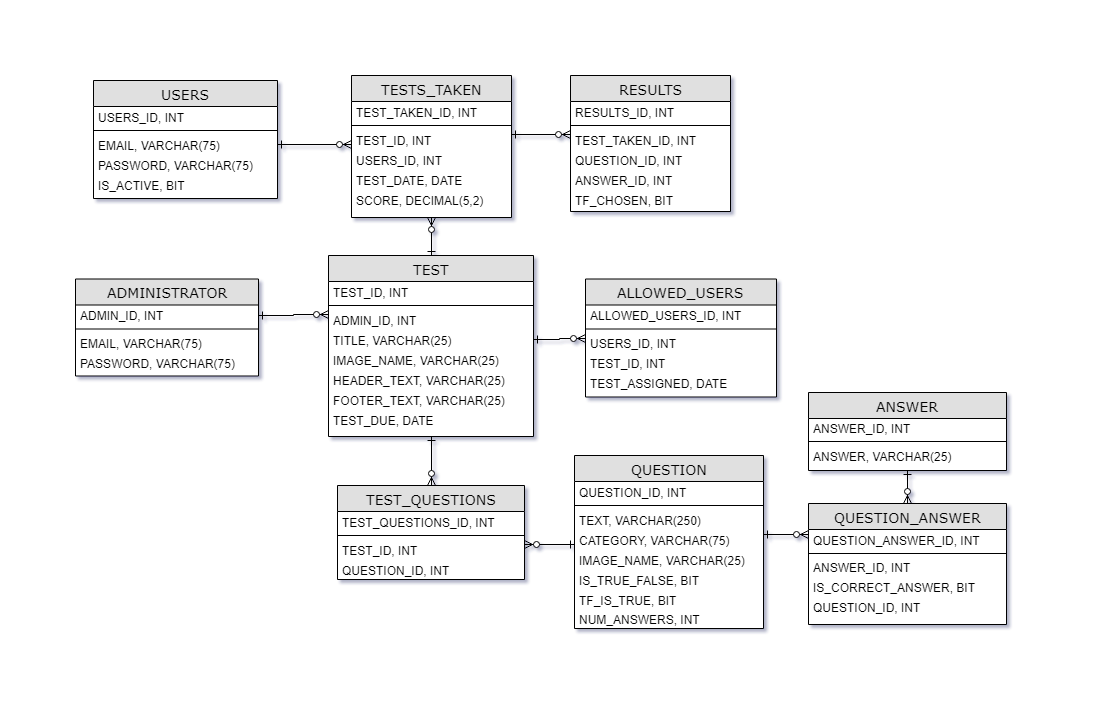
The draw.io diagram project-logistics/er-diagram.png in lprescott/QuizServe, before a commit. Source tidied: cells renumbered, new cells last; positions are measured from the earlier drawing's top-left corner, leaving out a move shared by most shapes.
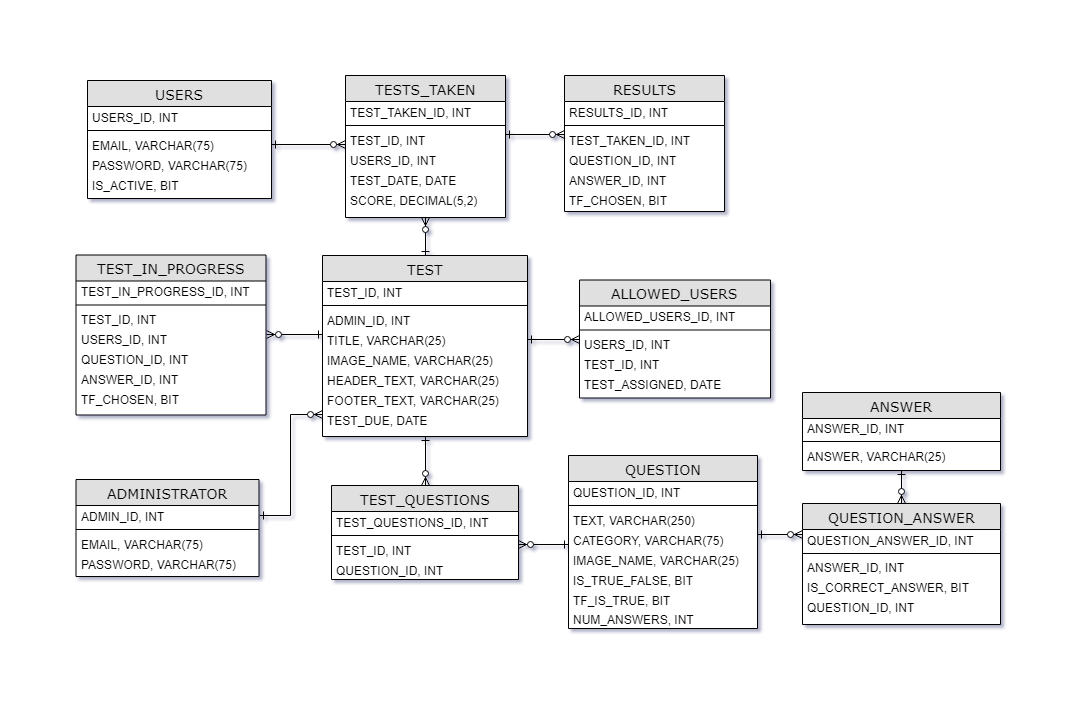
After the change.

Commit message:
updated er diagrams and db backup

The edit, as a diff of the source:
```diff
@@ -21,7 +21,7 @@
       <mxGeometry y="94" width="184" height="20" as="geometry" />
     </mxCell>
     <mxCell id="8" value="ADMINISTRATOR" style="swimlane;html=1;fontStyle=0;horizontal=1;startSize=26;fillColor=#e0e0e0;swimlaneFillColor=#ffffff;align=center;rounded=0;shadow=0;comic=0;labelBackgroundColor=none;strokeColor=#000000;strokeWidth=1;fontFamily=Verdana;fontSize=14;fontColor=#000000;spacingTop=0;spacingLeft=0;" parent="1" vertex="1">
-      <mxGeometry y="203.5" width="183" height="97" as="geometry" />
+      <mxGeometry x="6.5" y="404" width="183" height="97" as="geometry" />
     </mxCell>
     <mxCell id="9" value="ADMIN_ID, INT" style="text;html=1;strokeColor=none;fillColor=none;align=left;verticalAlign=middle;whiteSpace=wrap;rounded=0;spacingLeft=0;spacingTop=0;spacing=5;" parent="8" vertex="1">
       <mxGeometry y="26" width="183" height="20" as="geometry" />
@@ -173,11 +173,11 @@
     <mxCell id="58" style="edgeStyle=orthogonalEdgeStyle;rounded=0;jettySize=auto;html=1;exitX=1;exitY=0.25;exitDx=0;exitDy=0;entryX=0;entryY=0.25;entryDx=0;entryDy=0;startArrow=ERone;startFill=0;endArrow=ERzeroToMany;endFill=1;" parent="1" edge="1" source="27" target="34">
       <mxGeometry relative="1" as="geometry" />
     </mxCell>
-    <mxCell id="59" style="edgeStyle=orthogonalEdgeStyle;rounded=0;jettySize=auto;html=1;exitX=0;exitY=0.25;exitDx=0;exitDy=0;entryX=1;entryY=0.5;entryDx=0;entryDy=0;startArrow=ERzeroToMany;startFill=1;endArrow=ERone;endFill=0;" parent="1" edge="1" source="17" target="9">
+    <mxCell id="59" style="edgeStyle=orthogonalEdgeStyle;rounded=0;jettySize=auto;html=1;exitX=0;exitY=0.25;exitDx=0;exitDy=0;entryX=1;entryY=0.5;entryDx=0;entryDy=0;startArrow=ERzeroToMany;startFill=1;endArrow=ERone;endFill=0;" parent="1" edge="1" source="22" target="9">
       <mxGeometry relative="1" as="geometry" />
     </mxCell>
     <mxCell id="60" value="ALLOWED_USERS" style="swimlane;html=1;fontStyle=0;horizontal=1;startSize=26;fillColor=#e0e0e0;swimlaneFillColor=#ffffff;align=center;rounded=0;shadow=0;comic=0;labelBackgroundColor=none;strokeColor=#000000;strokeWidth=1;fontFamily=Verdana;fontSize=14;fontColor=#000000;spacingTop=0;spacingLeft=0;" parent="1" vertex="1">
-      <mxGeometry x="510" y="203.5" width="191" height="118" as="geometry" />
+      <mxGeometry x="510" y="204.5" width="191" height="118" as="geometry" />
     </mxCell>
     <mxCell id="61" value="ALLOWED_USERS_ID, INT" style="text;html=1;strokeColor=none;fillColor=none;align=left;verticalAlign=middle;whiteSpace=wrap;rounded=0;spacingLeft=0;spacingTop=0;spacing=5;" parent="60" vertex="1">
       <mxGeometry y="26" width="191" height="20" as="geometry" />
@@ -221,5 +221,32 @@
     <mxCell id="74" style="edgeStyle=orthogonalEdgeStyle;rounded=0;jettySize=auto;html=1;exitX=1;exitY=0.25;exitDx=0;exitDy=0;entryX=0;entryY=0.25;entryDx=0;entryDy=0;startArrow=ERone;startFill=0;endArrow=ERzeroToMany;endFill=1;" parent="1" edge="1" source="52" target="70">
       <mxGeometry relative="1" as="geometry" />
     </mxCell>
+    <mxCell id="75" value="TEST_IN_PROGRESS" style="swimlane;html=1;fontStyle=0;horizontal=1;startSize=26;fillColor=#e0e0e0;swimlaneFillColor=#ffffff;align=center;rounded=0;shadow=0;comic=0;labelBackgroundColor=none;strokeColor=#000000;strokeWidth=1;fontFamily=Verdana;fontSize=14;fontColor=#000000;spacingTop=0;spacingLeft=0;" parent="1" vertex="1">
+      <mxGeometry x="6.5" y="179.5" width="190" height="160" as="geometry" />
+    </mxCell>
+    <mxCell id="76" value="TEST_IN_PROGRESS_ID, INT" style="text;html=1;strokeColor=none;fillColor=none;align=left;verticalAlign=middle;whiteSpace=wrap;rounded=0;spacingLeft=0;spacingTop=0;spacing=5;" parent="75" vertex="1">
+      <mxGeometry y="26" width="190" height="20" as="geometry" />
+    </mxCell>
+    <mxCell id="77" style="line;strokeWidth=1;fillColor=none;align=left;verticalAlign=middle;spacingTop=-1;spacingLeft=3;spacingRight=3;labelPosition=right;" parent="75" vertex="1">
+      <mxGeometry y="46" width="190" height="8" as="geometry" />
+    </mxCell>
+    <mxCell id="78" value="TEST_ID, INT" style="text;html=1;strokeColor=none;fillColor=none;align=left;verticalAlign=middle;whiteSpace=wrap;rounded=0;spacingLeft=0;spacingTop=0;spacing=5;" parent="75" vertex="1">
+      <mxGeometry y="54" width="190" height="20" as="geometry" />
+    </mxCell>
+    <mxCell id="79" value="USERS_ID, INT" style="text;html=1;strokeColor=none;fillColor=none;align=left;verticalAlign=middle;whiteSpace=wrap;rounded=0;spacingLeft=0;spacingTop=0;spacing=5;" parent="75" vertex="1">
+      <mxGeometry y="74" width="190" height="20" as="geometry" />
+    </mxCell>
+    <mxCell id="80" value="QUESTION_ID, INT&lt;br&gt;" style="text;html=1;strokeColor=none;fillColor=none;align=left;verticalAlign=middle;whiteSpace=wrap;rounded=0;spacingLeft=0;spacingTop=0;spacing=5;" parent="75" vertex="1">
+      <mxGeometry y="94" width="190" height="20" as="geometry" />
+    </mxCell>
+    <mxCell id="81" value="ANSWER_ID, INT" style="text;html=1;strokeColor=none;fillColor=none;align=left;verticalAlign=middle;whiteSpace=wrap;rounded=0;spacingLeft=0;spacingTop=0;spacing=5;" parent="75" vertex="1">
+      <mxGeometry y="114" width="190" height="20" as="geometry" />
+    </mxCell>
+    <mxCell id="82" value="TF_CHOSEN, BIT" style="text;html=1;strokeColor=none;fillColor=none;align=left;verticalAlign=middle;whiteSpace=wrap;rounded=0;spacingLeft=0;spacingTop=0;spacing=5;" parent="75" vertex="1">
+      <mxGeometry y="134" width="190" height="20" as="geometry" />
+    </mxCell>
+    <mxCell id="83" style="edgeStyle=orthogonalEdgeStyle;rounded=0;jettySize=auto;html=1;exitX=0;exitY=0.25;exitDx=0;exitDy=0;entryX=1;entryY=0.25;entryDx=0;entryDy=0;startArrow=ERone;startFill=0;endArrow=ERzeroToMany;endFill=1;" parent="1" edge="1" source="18" target="79">
+      <mxGeometry relative="1" as="geometry" />
+    </mxCell>
   </root>
 </mxGraphModel>
```
